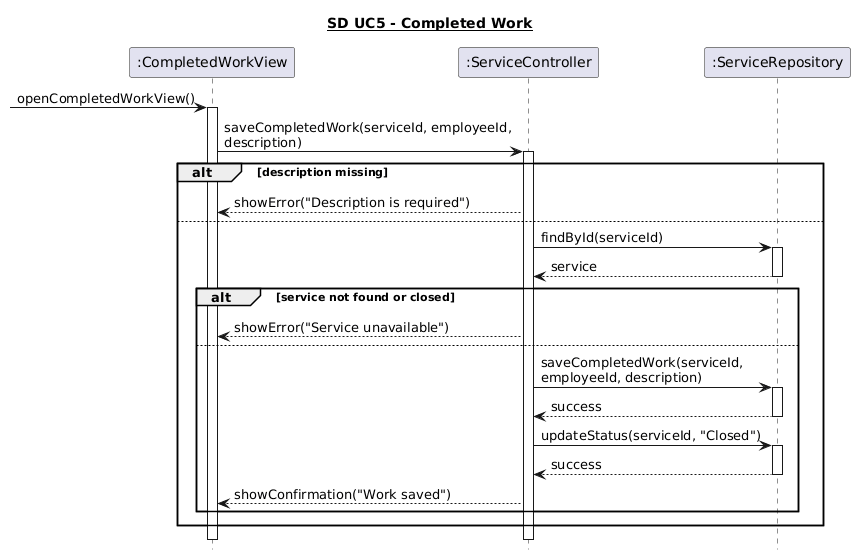
Before: 6. Sekvensdiagrammer/UC5_udført_arbejde.png, a diagram exported from PlantUML (Zoabz/Getting-Real). Source of this version:
```plantuml
@startuml
hide footbox
title <U>SD UC5 - Completed Work

participant ":CompletedWorkView" as View
participant ":ServiceController" as Controller
participant ":ServiceRepository" as Repository

[-> View : openCompletedWorkView()
activate View

View -> Controller : saveCompletedWork(serviceId, employeeId,\ndescription)
activate Controller

alt description missing
    Controller --> View : showError("Description is required")

else
    Controller -> Repository : findById(serviceId)
    activate Repository
    Repository --> Controller : service
    deactivate Repository

    alt service not found or closed
        Controller --> View : showError("Service unavailable")

    else
        Controller -> Repository : saveCompletedWork(serviceId,\nemployeeId, description)
        activate Repository
        Repository --> Controller : success
        deactivate Repository

        Controller -> Repository : updateStatus(serviceId, "Closed")
        activate Repository
        Repository --> Controller : success
        deactivate Repository

        Controller --> View : showConfirmation("Work saved")
    end
end

deactivate Controller
deactivate View
@enduml
```
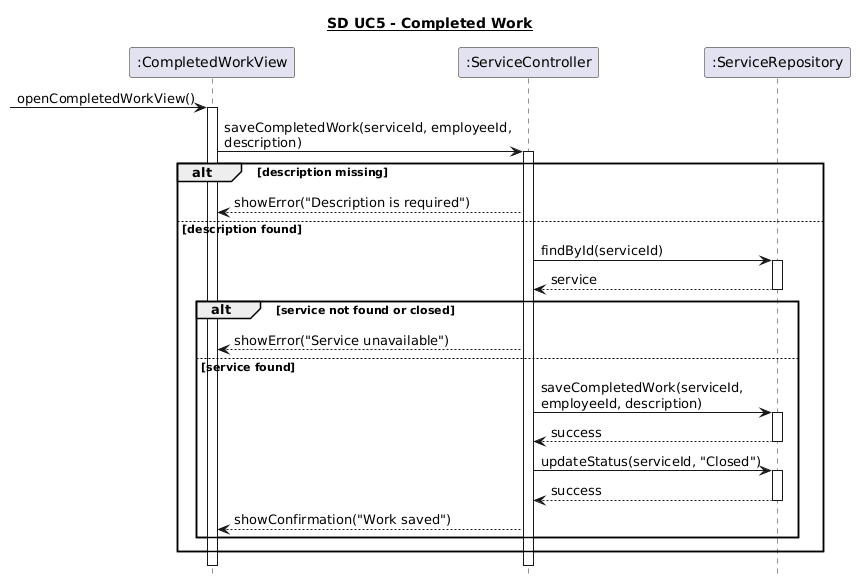
After the commit.

Diff of the diagram source:
```diff
@@ -15,7 +15,7 @@
 alt description missing
     Controller --> View : showError("Description is required")
 
-else
+else description found
     Controller -> Repository : findById(serviceId)
     activate Repository
     Repository --> Controller : service
@@ -24,7 +24,7 @@
     alt service not found or closed
         Controller --> View : showError("Service unavailable")
 
-    else
+    else service found
         Controller -> Repository : saveCompletedWork(serviceId,\nemployeeId, description)
         activate Repository
         Repository --> Controller : success
```
